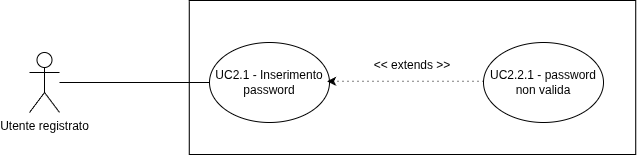
Before: assets/diagrams/UC2_2.png, a diagram exported from draw.io (SkarabGroup/DocumentazioneProgetto). Source tidied: cells renumbered, new cells last; positions are measured from the earlier drawing's top-left corner, leaving out a move shared by most shapes.
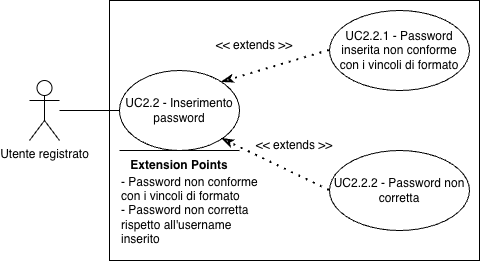
After the change.

The edit, as a diff of the source:
```diff
@@ -1,34 +1,48 @@
-<mxGraphModel background="light-dark(#FFFFFF,#FFFFFF)">
+<mxGraphModel>
   <root>
     <mxCell id="0" />
     <mxCell id="1" parent="0" />
-    <mxCell id="2" style="edgeStyle=orthogonalEdgeStyle;rounded=0;orthogonalLoop=1;jettySize=auto;html=1;entryX=1;entryY=0.5;entryDx=0;entryDy=0;strokeColor=light-dark(#000000,#000000);dashed=1;dashPattern=1 4;strokeWidth=2;exitX=1;exitY=0.5;exitDx=0;exitDy=0;" parent="1" edge="1" source="3" target="3">
-      <mxGeometry relative="1" as="geometry" />
-    </mxCell>
-    <mxCell id="3" value="&lt;font style=&quot;color: light-dark(rgb(0, 0, 0), rgb(0, 0, 0));&quot;&gt;UC2.1 - Inserimento password&lt;/font&gt;" style="ellipse;whiteSpace=wrap;html=1;fillColor=none;strokeColor=light-dark(#000000,#000000);" parent="1" vertex="1">
-      <mxGeometry x="180" y="42" width="120" height="80" as="geometry" />
-    </mxCell>
-    <mxCell id="4" value="&lt;font style=&quot;color: light-dark(rgb(0, 0, 0), rgb(0, 0, 0));&quot;&gt;UC2.2.1 - password non valida&lt;/font&gt;" style="ellipse;whiteSpace=wrap;html=1;fillColor=none;strokeColor=light-dark(#000000,#000000);" parent="1" vertex="1">
-      <mxGeometry x="454" y="42" width="120" height="80" as="geometry" />
-    </mxCell>
-    <mxCell id="5" value="&amp;lt;&amp;lt; extends &amp;gt;&amp;gt;" style="text;html=1;whiteSpace=wrap;strokeColor=none;fillColor=none;align=center;verticalAlign=middle;rounded=0;fontColor=light-dark(#000000,#000000);" parent="1" vertex="1">
-      <mxGeometry x="338" y="50" width="90" height="30" as="geometry" />
-    </mxCell>
-    <mxCell id="6" style="endArrow=none;html=1;rounded=0;entryX=0;entryY=0.5;entryDx=0;entryDy=0;strokeColor=light-dark(#000000,#000000);strokeWidth=1;" parent="1" edge="1" source="7" target="3">
-      <mxGeometry relative="1" as="geometry" />
-    </mxCell>
-    <mxCell id="7" value="&lt;font style=&quot;color: light-dark(rgb(0, 0, 0), rgb(0, 0, 0));&quot;&gt;Utente registrato&lt;/font&gt;" style="shape=umlActor;verticalLabelPosition=bottom;verticalAlign=top;html=1;outlineConnect=0;strokeColor=light-dark(#000000,#000000);fillColor=light-dark(#FFFFFF,#FFFFFF);" parent="1" vertex="1">
+    <mxCell id="7" value="Utente registrato" style="shape=umlActor;verticalLabelPosition=bottom;verticalAlign=top;html=1;outlineConnect=0;" parent="1" vertex="1">
       <mxGeometry y="52" width="30" height="60" as="geometry" />
     </mxCell>
-    <mxCell id="8" style="rounded=0;whiteSpace=wrap;html=1;fillColor=none;strokeColor=light-dark(#000000,#000000);perimeterSpacing=1;strokeWidth=1;" parent="1" vertex="1">
-      <mxGeometry x="159.8" width="446.5" height="154" as="geometry" />
-    </mxCell>
-    <mxCell id="9" style="edgeStyle=orthogonalEdgeStyle;rounded=0;jettySize=auto;html=1;entryX=0.98;entryY=0.485;entryDx=0;entryDy=0;entryPerimeter=0;dashed=1;dashPattern=1 4;strokeColor=light-dark(#000000,#000000);" parent="1" edge="1" source="4" target="3">
-      <mxGeometry relative="1" as="geometry">
-        <Array as="points">
-          <mxPoint x="377" y="80" />
-        </Array>
-      </mxGeometry>
-    </mxCell>
+    <mxCell id="10" style="rounded=0;whiteSpace=wrap;html=1;" parent="1" vertex="1">
+      <mxGeometry x="80" y="-28" width="370" height="260" as="geometry" />
+    </mxCell>
+    <mxCell id="11" value="UC2.2 - Inserimento password" style="ellipse;whiteSpace=wrap;html=1;" parent="1" vertex="1">
+      <mxGeometry x="90" y="42" width="120" height="80" as="geometry" />
+    </mxCell>
+    <mxCell id="12" value="UC2.2.1 - Password inserita non conforme con i vincoli di formato" style="ellipse;whiteSpace=wrap;html=1;" parent="1" vertex="1">
+      <mxGeometry x="300" y="-18" width="140" height="80" as="geometry" />
+    </mxCell>
+    <mxCell id="13" style="endArrow=classicThin;dashed=1;html=1;dashPattern=1 3;strokeWidth=2;rounded=0;entryX=1;entryY=0;entryDx=0;entryDy=0;exitX=0;exitY=0.5;exitDx=0;exitDy=0;endFill=0;startArrow=none;startFill=0;" parent="1" edge="1" source="12" target="11">
+      <mxGeometry relative="1" as="geometry" />
+    </mxCell>
+    <mxCell id="14" style="endArrow=none;html=1;rounded=0;entryX=0;entryY=0.5;entryDx=0;entryDy=0;" parent="1" edge="1" source="7" target="11">
+      <mxGeometry relative="1" as="geometry" />
+    </mxCell>
+    <mxCell id="15" value="&amp;lt;&amp;lt; extends &amp;gt;&amp;gt;" style="text;html=1;whiteSpace=wrap;strokeColor=none;fillColor=none;align=center;verticalAlign=middle;rounded=0;" parent="1" vertex="1">
+      <mxGeometry x="180" y="2" width="90" height="30" as="geometry" />
+    </mxCell>
+    <mxCell id="16" value="&lt;b&gt;Extension Points&lt;/b&gt;" style="text;html=1;whiteSpace=wrap;strokeColor=none;fillColor=none;align=center;verticalAlign=middle;rounded=0;" parent="1" vertex="1">
+      <mxGeometry x="90" y="122" width="120" height="30" as="geometry" />
+    </mxCell>
+    <mxCell id="17" style="endArrow=none;html=1;rounded=0;" parent="1" edge="1">
+      <mxGeometry relative="1" as="geometry">
+        <mxPoint x="90" y="122" as="sourcePoint" />
+        <mxPoint x="210" y="122" as="targetPoint" />
+      </mxGeometry>
+    </mxCell>
+    <mxCell id="18" value="- Password non conforme con i vincoli di formato&lt;div&gt;- Password non corretta rispetto all'username inserito&lt;/div&gt;" style="text;html=1;whiteSpace=wrap;strokeColor=none;fillColor=none;align=left;verticalAlign=middle;rounded=0;" parent="1" vertex="1">
+      <mxGeometry x="90" y="142" width="140" height="80" as="geometry" />
+    </mxCell>
+    <mxCell id="19" value="UC2.2.2 - Password non corretta" style="ellipse;whiteSpace=wrap;html=1;" parent="1" vertex="1">
+      <mxGeometry x="300" y="122" width="140" height="80" as="geometry" />
+    </mxCell>
+    <mxCell id="20" style="endArrow=classicThin;dashed=1;html=1;dashPattern=1 3;strokeWidth=2;rounded=0;entryX=1;entryY=1;entryDx=0;entryDy=0;exitX=0;exitY=0.5;exitDx=0;exitDy=0;endFill=0;startArrow=none;startFill=0;" parent="1" edge="1" source="19" target="11">
+      <mxGeometry relative="1" as="geometry" />
+    </mxCell>
+    <mxCell id="21" value="&amp;lt;&amp;lt; extends &amp;gt;&amp;gt;" style="text;html=1;whiteSpace=wrap;strokeColor=none;fillColor=none;align=center;verticalAlign=middle;rounded=0;" parent="1" vertex="1">
+      <mxGeometry x="220" y="102" width="90" height="30" as="geometry" />
+    </mxCell>
   </root>
 </mxGraphModel>
```
